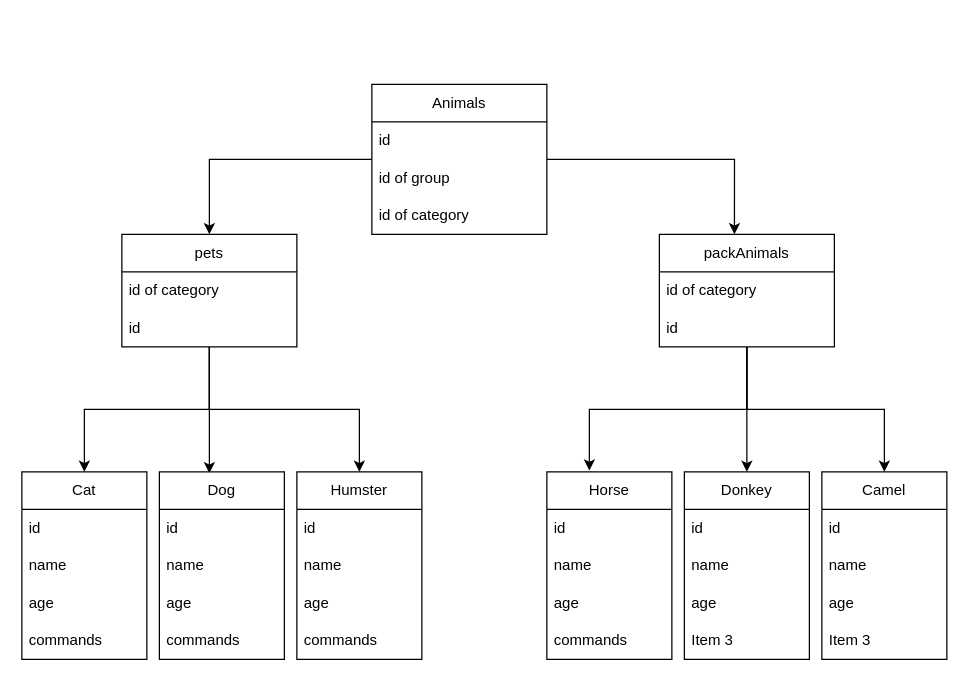
Earlier version of the draw.io diagram src/Сема БД.drawio (Dioneer/Java_FinalWork). Source tidied: cells renumbered, new cells numbered last; positions are measured from the earlier drawing's top-left corner, leaving out a move shared by most shapes. Both pictures are drawn from the tidied source at 125%, with x=0, y=0 at pixel (21, 84).
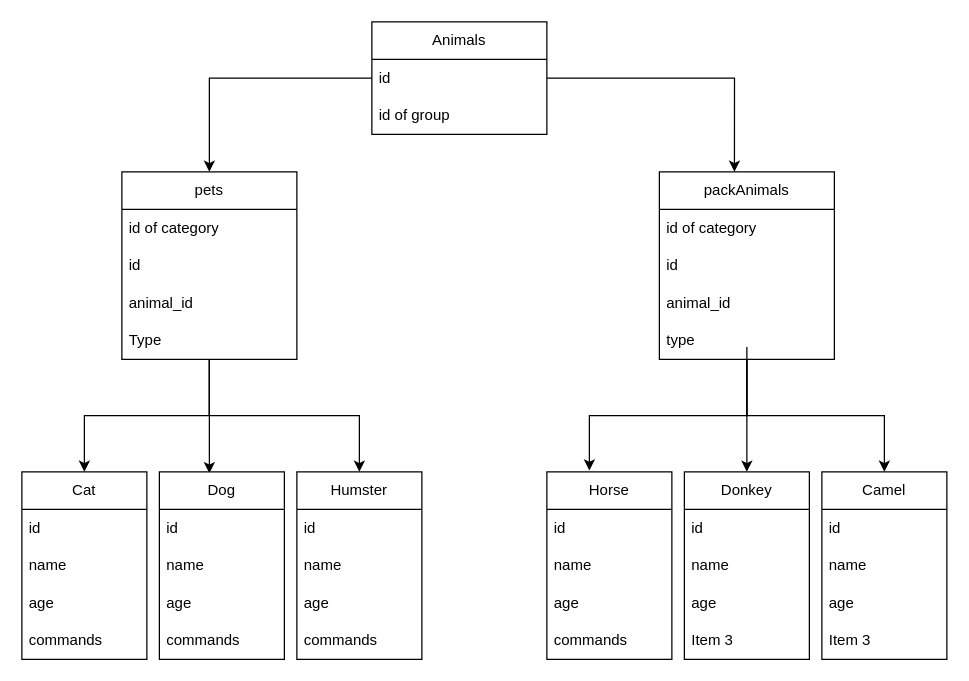
The same diagram, later.

The change refers to these unchanged cells:
```xml
<mxCell id="39" value="Donkey" style="swimlane;fontStyle=0;horizontal=1;startSize=30;whiteSpace=wrap;html=1;" parent="1" vertex="1">
  <mxGeometry x="530" y="310" width="100" height="150" as="geometry" />
</mxCell>
```

The edit, as a diff of the source:
```diff
@@
     <mxCell id="4" value="Animals" style="swimlane;fontStyle=0;horizontal=1;startSize=30;whiteSpace=wrap;html=1;" parent="1" vertex="1">
-      <mxGeometry x="280" width="140" height="120" as="geometry" />
+      <mxGeometry x="280" y="-50" width="140" height="90" as="geometry" />
     </mxCell>
@@
-    <mxCell id="7" value="id of category" style="text;strokeColor=none;fillColor=none;align=left;verticalAlign=middle;spacingLeft=4;spacingRight=4;overflow=hidden;whiteSpace=wrap;html=1;" parent="4" vertex="1">
-      <mxGeometry y="90" width="140" height="30" as="geometry" />
-    </mxCell>
@@
     <mxCell id="10" value="packAnimals" style="swimlane;fontStyle=0;horizontal=1;startSize=30;whiteSpace=wrap;html=1;" parent="1" vertex="1">
-      <mxGeometry x="510" y="120" width="140" height="90" as="geometry" />
+      <mxGeometry x="510" y="70" width="140" height="150" as="geometry" />
     </mxCell>
@@
+    <mxCell id="50" value="animal_id" style="text;strokeColor=none;fillColor=none;align=left;verticalAlign=middle;spacingLeft=4;spacingRight=4;overflow=hidden;whiteSpace=wrap;html=1;" parent="10" vertex="1">
+      <mxGeometry y="90" width="140" height="30" as="geometry" />
+    </mxCell>
+    <mxCell id="51" value="type" style="text;strokeColor=none;fillColor=none;align=left;verticalAlign=middle;spacingLeft=4;spacingRight=4;overflow=hidden;whiteSpace=wrap;html=1;" parent="10" vertex="1">
+      <mxGeometry y="120" width="140" height="30" as="geometry" />
+    </mxCell>
@@
     <mxCell id="16" value="pets" style="swimlane;fontStyle=0;horizontal=1;startSize=30;whiteSpace=wrap;html=1;" parent="1" vertex="1">
-      <mxGeometry x="80" y="120" width="140" height="90" as="geometry" />
+      <mxGeometry x="80" y="70" width="140" height="150" as="geometry" />
     </mxCell>
@@
+    <mxCell id="52" value="animal_id" style="text;strokeColor=none;fillColor=none;align=left;verticalAlign=middle;spacingLeft=4;spacingRight=4;overflow=hidden;whiteSpace=wrap;html=1;" parent="16" vertex="1">
+      <mxGeometry y="90" width="140" height="30" as="geometry" />
+    </mxCell>
+    <mxCell id="53" value="Type" style="text;strokeColor=none;fillColor=none;align=left;verticalAlign=middle;spacingLeft=4;spacingRight=4;overflow=hidden;whiteSpace=wrap;html=1;" parent="16" vertex="1">
+      <mxGeometry y="120" width="140" height="30" as="geometry" />
+    </mxCell>
@@
     <mxCell id="49" style="endArrow=classic;html=1;rounded=0;exitX=0.5;exitY=1;exitDx=0;exitDy=0;entryX=0.5;entryY=0;entryDx=0;entryDy=0;" parent="1" edge="1" source="10" target="39">
       <mxGeometry relative="1" as="geometry">
         <Array as="points">
-          <mxPoint x="580" y="260" />
+          <mxPoint x="580" y="210" />
         </Array>
       </mxGeometry>
     </mxCell>
```
